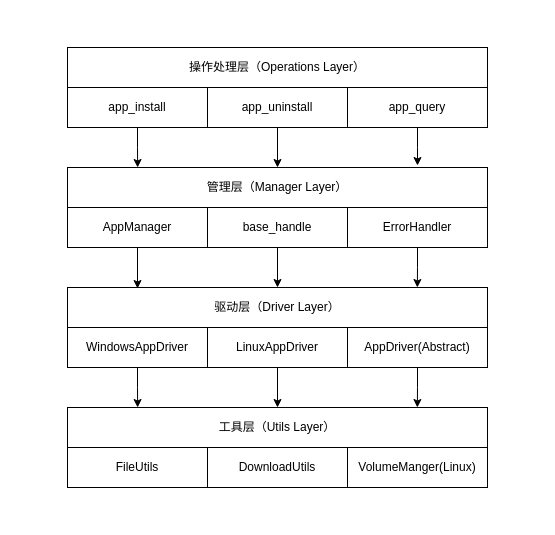
Earlier version of the draw.io diagram page "应用管理架构" (1 of 4) of yuxun.drawio (wangkuntian/draw). Source tidied: cells renumbered, new cells numbered last; positions are measured from the earlier drawing's top-left corner, leaving out a move shared by most shapes. Both pictures are drawn from the tidied source at 100%, with x=0, y=0 at pixel (67, 47).
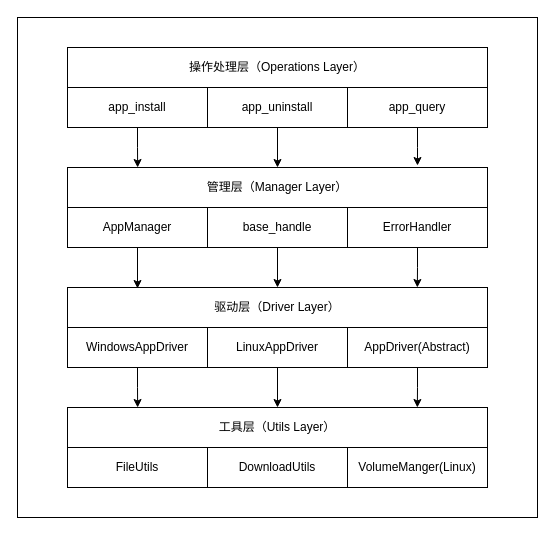
Above is the later version.

Diff of the diagram source:
```diff
@@
+    <mxCell id="27" style="rounded=0;whiteSpace=wrap;html=1;hachureGap=4;fontFamily=Maple Mono NF;" parent="1" vertex="1">
+      <mxGeometry x="-50" y="-30" width="520" height="500" as="geometry" />
+    </mxCell>
```
